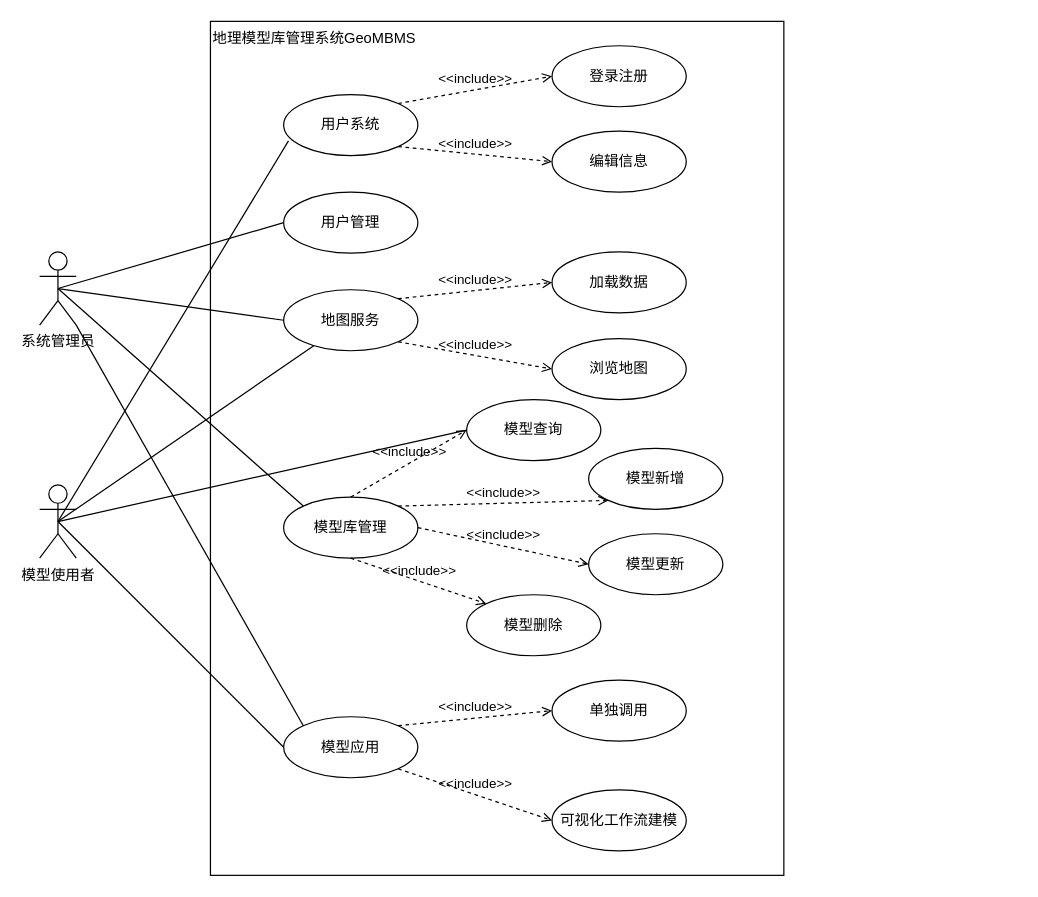
Before: 本科毕设/用例图.drawio in Orangon/drawio-digrams, a draw.io diagram. Source tidied: cells renumbered, new cells numbered last; positions are measured from the earlier drawing's top-left corner, leaving out a move shared by most shapes. Both pictures are drawn from the tidied source at 122%, with x=0, y=0 at pixel (39, 21).
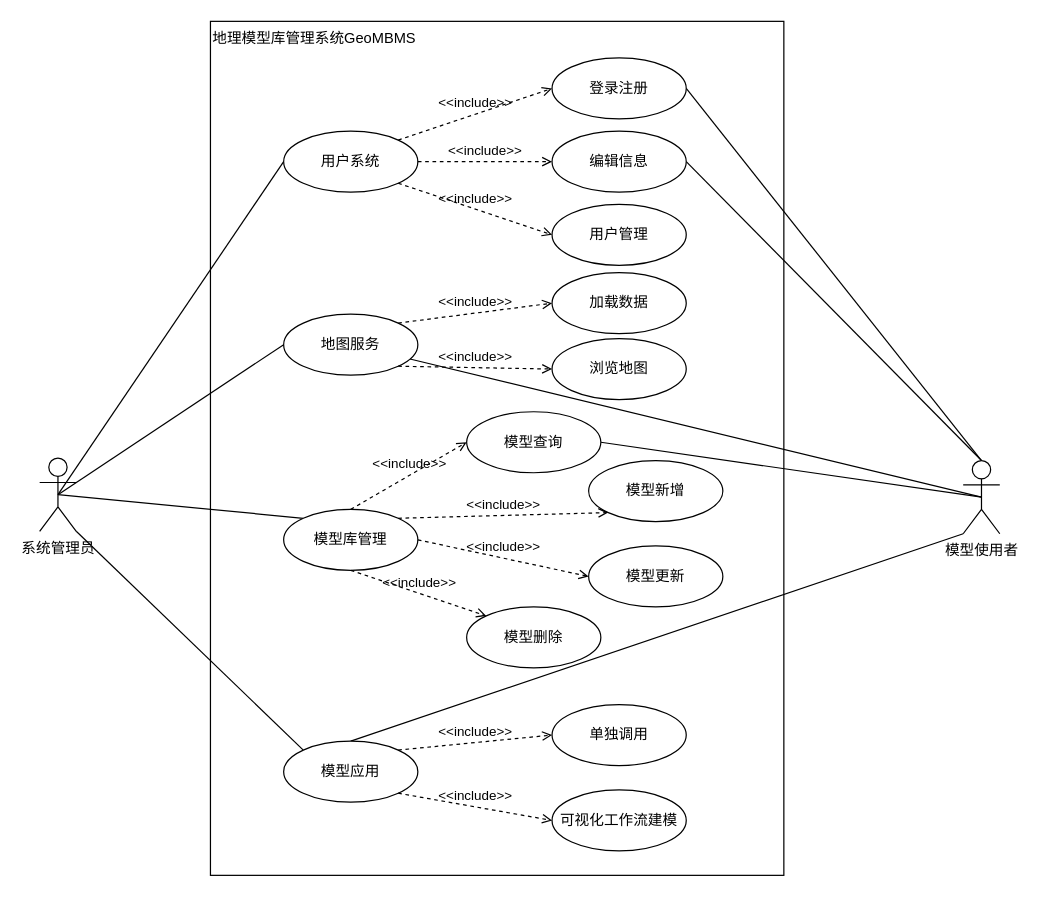
After the change.

Commit message:
更新用例图.drawio

The change refers to these unchanged cells:
```xml
<mxCell id="14" value="编辑信息" style="ellipse;whiteSpace=wrap;html=1;" parent="1" vertex="1">
  <mxGeometry x="420" y="90" width="110" height="50" as="geometry" />
</mxCell>
```

Change to the diagram source:
```diff
@@
-    <mxCell id="5" style="rounded=0;jettySize=auto;html=1;exitX=0.5;exitY=0.5;exitDx=0;exitDy=0;exitPerimeter=0;entryX=0;entryY=0.5;entryDx=0;entryDy=0;endArrow=none;endFill=0;" parent="1" edge="1" source="6" target="37">
+    <mxCell id="5" style="rounded=0;jettySize=auto;html=1;exitX=0.5;exitY=0.5;exitDx=0;exitDy=0;exitPerimeter=0;entryX=0;entryY=0.5;entryDx=0;entryDy=0;endArrow=none;endFill=0;" parent="1" edge="1" source="6" target="12">
       <mxGeometry relative="1" as="geometry" />
     </mxCell>
     <mxCell id="6" value="系统管理员" style="shape=umlActor;verticalLabelPosition=bottom;verticalAlign=top;html=1;" parent="1" vertex="1">
-      <mxGeometry y="189" width="30" height="60" as="geometry" />
+      <mxGeometry y="358" width="30" height="60" as="geometry" />
     </mxCell>
@@
-    <mxCell id="8" style="edgeStyle=none;shape=connector;rounded=0;jettySize=auto;html=1;exitX=0.5;exitY=0.5;exitDx=0;exitDy=0;exitPerimeter=0;entryX=0;entryY=0.5;entryDx=0;entryDy=0;labelBackgroundColor=default;strokeColor=default;fontFamily=Helvetica;fontSize=11;fontColor=default;endArrow=none;endFill=0;" parent="1" edge="1" source="11" target="23">
+    <mxCell id="8" style="edgeStyle=none;shape=connector;rounded=0;jettySize=auto;html=1;exitX=0;exitY=1;exitDx=0;exitDy=0;exitPerimeter=0;entryX=0.5;entryY=0;entryDx=0;entryDy=0;labelBackgroundColor=default;strokeColor=default;fontFamily=Helvetica;fontSize=11;fontColor=default;endArrow=none;endFill=0;" parent="1" edge="1" source="11" target="23">
       <mxGeometry relative="1" as="geometry" />
     </mxCell>
-    <mxCell id="9" style="edgeStyle=none;shape=connector;rounded=0;jettySize=auto;html=1;exitX=0.5;exitY=0.5;exitDx=0;exitDy=0;exitPerimeter=0;entryX=0;entryY=0.5;entryDx=0;entryDy=0;labelBackgroundColor=default;strokeColor=default;fontFamily=Helvetica;fontSize=11;fontColor=default;endArrow=none;endFill=0;" parent="1" edge="1" source="11" target="20">
+    <mxCell id="9" style="edgeStyle=none;shape=connector;rounded=0;jettySize=auto;html=1;exitX=0.5;exitY=0.5;exitDx=0;exitDy=0;exitPerimeter=0;entryX=1;entryY=0.5;entryDx=0;entryDy=0;labelBackgroundColor=default;strokeColor=default;fontFamily=Helvetica;fontSize=11;fontColor=default;endArrow=none;endFill=0;" parent="1" edge="1" source="11" target="20">
       <mxGeometry relative="1" as="geometry" />
     </mxCell>
-    <mxCell id="10" style="rounded=0;jettySize=auto;html=1;exitX=0.5;exitY=0.5;exitDx=0;exitDy=0;exitPerimeter=0;entryX=0.036;entryY=0.76;entryDx=0;entryDy=0;entryPerimeter=0;endArrow=none;endFill=0;" parent="1" edge="1" source="11" target="12">
+    <mxCell id="10" style="rounded=0;jettySize=auto;html=1;exitX=0.5;exitY=0;exitDx=0;exitDy=0;exitPerimeter=0;entryX=1;entryY=0.5;entryDx=0;entryDy=0;endArrow=none;endFill=0;" parent="1" edge="1" source="11" target="13">
       <mxGeometry relative="1" as="geometry" />
     </mxCell>
+    <mxCell id="38" style="rounded=0;jettySize=auto;html=1;exitX=0.5;exitY=0;exitDx=0;exitDy=0;exitPerimeter=0;entryX=1;entryY=0.5;entryDx=0;entryDy=0;endArrow=none;endFill=0;" parent="1" edge="1" source="11" target="14">
+      <mxGeometry relative="1" as="geometry" />
+    </mxCell>
     <mxCell id="11" value="模型使用者" style="shape=umlActor;verticalLabelPosition=bottom;verticalAlign=top;html=1;" parent="1" vertex="1">
-      <mxGeometry y="380" width="30" height="60" as="geometry" />
+      <mxGeometry x="757" y="360" width="30" height="60" as="geometry" />
     </mxCell>
     <mxCell id="12" value="用户系统" style="ellipse;whiteSpace=wrap;html=1;" parent="1" vertex="1">
-      <mxGeometry x="200" y="60" width="110" height="50" as="geometry" />
+      <mxGeometry x="200" y="90" width="110" height="50" as="geometry" />
     </mxCell>
     <mxCell id="13" value="登录注册" style="ellipse;whiteSpace=wrap;html=1;" parent="1" vertex="1">
-      <mxGeometry x="420" y="20" width="110" height="50" as="geometry" />
+      <mxGeometry x="420" y="30" width="110" height="50" as="geometry" />
     </mxCell>
@@
     <mxCell id="15" value="地图服务" style="ellipse;whiteSpace=wrap;html=1;" parent="1" vertex="1">
-      <mxGeometry x="200" y="220" width="110" height="50" as="geometry" />
+      <mxGeometry x="200" y="240" width="110" height="50" as="geometry" />
     </mxCell>
     <mxCell id="16" value="加载数据" style="ellipse;whiteSpace=wrap;html=1;" parent="1" vertex="1">
-      <mxGeometry x="420" y="189" width="110" height="50" as="geometry" />
+      <mxGeometry x="420" y="206" width="110" height="50" as="geometry" />
     </mxCell>
@@
     <mxCell id="18" value="模型库管理" style="ellipse;whiteSpace=wrap;html=1;" parent="1" vertex="1">
-      <mxGeometry x="200" y="390" width="110" height="50" as="geometry" />
+      <mxGeometry x="200" y="400" width="110" height="50" as="geometry" />
     </mxCell>
     <mxCell id="19" value="模型新增" style="ellipse;whiteSpace=wrap;html=1;" parent="1" vertex="1">
-      <mxGeometry x="450" y="350" width="110" height="50" as="geometry" />
+      <mxGeometry x="450" y="360" width="110" height="50" as="geometry" />
     </mxCell>
     <mxCell id="20" value="模型查询" style="ellipse;whiteSpace=wrap;html=1;" parent="1" vertex="1">
-      <mxGeometry x="350" y="310" width="110" height="50" as="geometry" />
+      <mxGeometry x="350" y="320" width="110" height="50" as="geometry" />
     </mxCell>
     <mxCell id="21" value="模型更新" style="ellipse;whiteSpace=wrap;html=1;" parent="1" vertex="1">
-      <mxGeometry x="450" y="420" width="110" height="50" as="geometry" />
+      <mxGeometry x="450" y="430" width="110" height="50" as="geometry" />
     </mxCell>
     <mxCell id="22" value="模型删除" style="ellipse;whiteSpace=wrap;html=1;" parent="1" vertex="1">
-      <mxGeometry x="350" y="470" width="110" height="50" as="geometry" />
+      <mxGeometry x="350" y="480" width="110" height="50" as="geometry" />
     </mxCell>
     <mxCell id="23" value="模型应用" style="ellipse;whiteSpace=wrap;html=1;" parent="1" vertex="1">
-      <mxGeometry x="200" y="570" width="110" height="50" as="geometry" />
+      <mxGeometry x="200" y="590" width="110" height="50" as="geometry" />
     </mxCell>
     <mxCell id="24" value="单独调用" style="ellipse;whiteSpace=wrap;html=1;" parent="1" vertex="1">
-      <mxGeometry x="420" y="540" width="110" height="50" as="geometry" />
+      <mxGeometry x="420" y="560" width="110" height="50" as="geometry" />
     </mxCell>
@@
-    <mxCell id="28" value="&amp;lt;&amp;lt;include&amp;gt;&amp;gt;" style="html=1;verticalAlign=bottom;labelBackgroundColor=none;endArrow=open;endFill=0;dashed=1;rounded=0;strokeColor=default;fontFamily=Helvetica;fontSize=11;fontColor=default;shape=connector;exitX=1;exitY=1;exitDx=0;exitDy=0;entryX=0;entryY=0.5;entryDx=0;entryDy=0;" parent="1" edge="1" source="12" target="14">
-      <mxGeometry relative="1" as="geometry" />
-    </mxCell>
@@
     <mxCell id="37" value="用户管理" style="ellipse;whiteSpace=wrap;html=1;" parent="1" vertex="1">
-      <mxGeometry x="200" y="140" width="110" height="50" as="geometry" />
+      <mxGeometry x="420" y="150" width="110" height="50" as="geometry" />
     </mxCell>
+    <mxCell id="28" value="&amp;lt;&amp;lt;include&amp;gt;&amp;gt;" style="html=1;verticalAlign=bottom;labelBackgroundColor=none;endArrow=open;endFill=0;dashed=1;rounded=0;strokeColor=default;fontFamily=Helvetica;fontSize=11;fontColor=default;shape=connector;exitX=1;exitY=0.5;exitDx=0;exitDy=0;entryX=0;entryY=0.5;entryDx=0;entryDy=0;" parent="1" edge="1" source="12" target="14">
+      <mxGeometry relative="1" as="geometry" />
+    </mxCell>
+    <mxCell id="39" value="&amp;lt;&amp;lt;include&amp;gt;&amp;gt;" style="html=1;verticalAlign=bottom;labelBackgroundColor=none;endArrow=open;endFill=0;dashed=1;rounded=0;strokeColor=default;fontFamily=Helvetica;fontSize=11;fontColor=default;shape=connector;exitX=1;exitY=1;exitDx=0;exitDy=0;entryX=0;entryY=0.5;entryDx=0;entryDy=0;" parent="1" edge="1" source="12" target="37">
+      <mxGeometry relative="1" as="geometry" />
+    </mxCell>
```
